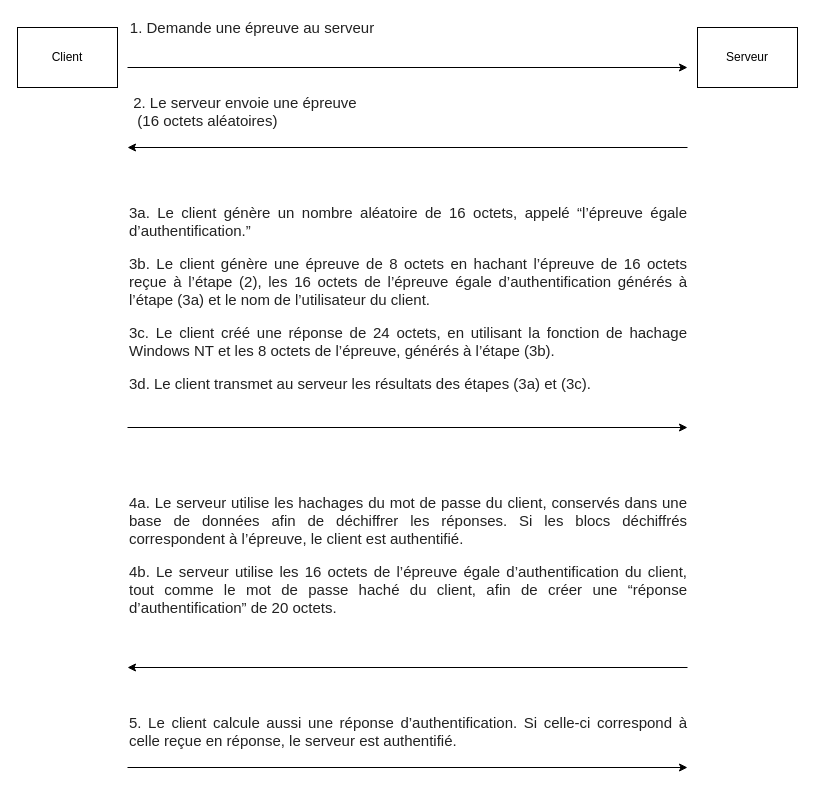
Before: ms_chap.drawio in Gomonriou/Radius, a draw.io diagram. Source tidied: cells renumbered, new cells numbered last; positions are measured from the earlier drawing's top-left corner, leaving out a move shared by most shapes. Both pictures are drawn from the tidied source at 100%, with x=0, y=0 at pixel (17, 17).
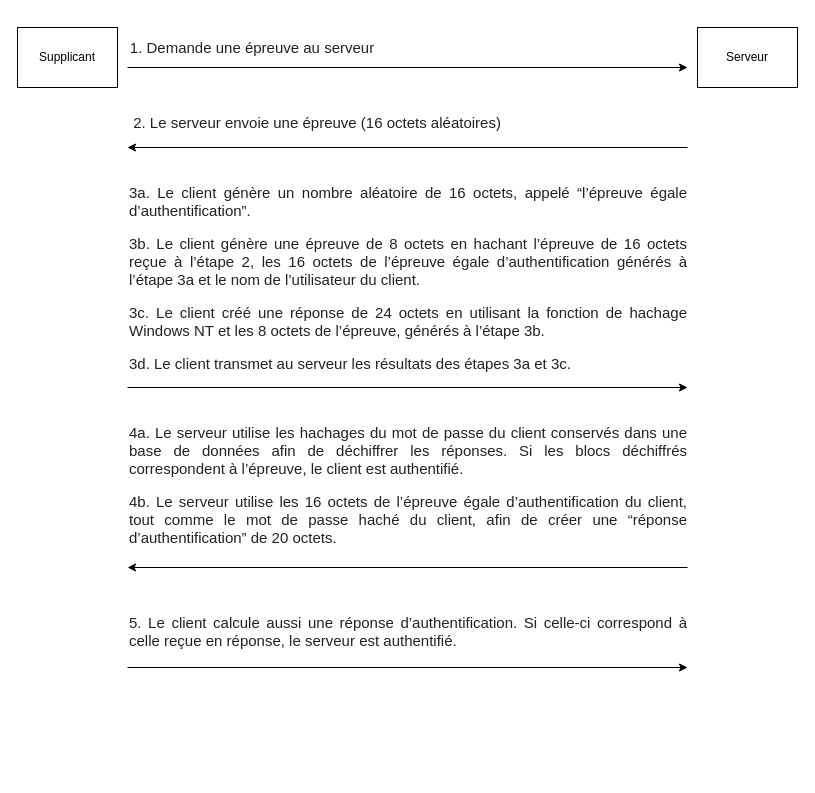
The same diagram, later.

What changed in the source:
```diff
@@
     <mxCell id="3" value="&lt;span style=&quot;color: rgb(34 , 34 , 34) ; font-family: &amp;#34;helvetica&amp;#34; , &amp;#34;arial&amp;#34; , sans-serif ; font-size: 15px ; background-color: rgb(255 , 255 , 255)&quot;&gt;1. Demande une épreuve au serveur&lt;/span&gt;" style="text;html=1;strokeColor=none;fillColor=none;align=center;verticalAlign=middle;whiteSpace=wrap;rounded=0;" parent="1" vertex="1">
-      <mxGeometry x="110" width="250" height="20" as="geometry" />
+      <mxGeometry x="110" y="20" width="250" height="20" as="geometry" />
     </mxCell>
     <mxCell id="4" style="endArrow=classic;html=1;" parent="1" edge="1">
       <mxGeometry relative="1" as="geometry">
-        <mxPoint x="110" y="410" as="sourcePoint" />
-        <mxPoint x="670" y="410" as="targetPoint" />
+        <mxPoint x="110" y="370" as="sourcePoint" />
+        <mxPoint x="670" y="370" as="targetPoint" />
       </mxGeometry>
     </mxCell>
@@
-    <mxCell id="6" value="&lt;span style=&quot;color: rgb(34 , 34 , 34) ; font-family: &amp;#34;helvetica&amp;#34; , &amp;#34;arial&amp;#34; , sans-serif ; font-size: 15px ; font-style: normal ; font-weight: 400 ; letter-spacing: normal ; text-indent: 0px ; text-transform: none ; word-spacing: 0px ; background-color: rgb(255 , 255 , 255) ; display: inline ; float: none&quot;&gt;&lt;span&gt;&amp;nbsp;2.&amp;nbsp;&lt;/span&gt;Le serveur envoie une épreuve&lt;br&gt;&amp;nbsp; (16 octets aléatoires)&lt;/span&gt;" style="text;whiteSpace=wrap;html=1;" parent="1" vertex="1">
-      <mxGeometry x="110" y="70" width="280" height="30" as="geometry" />
+    <mxCell id="6" value="&lt;span style=&quot;color: rgb(34 , 34 , 34) ; font-family: &amp;#34;helvetica&amp;#34; , &amp;#34;arial&amp;#34; , sans-serif ; font-size: 15px ; font-style: normal ; font-weight: 400 ; letter-spacing: normal ; text-indent: 0px ; text-transform: none ; word-spacing: 0px ; background-color: rgb(255 , 255 , 255) ; display: inline ; float: none&quot;&gt;&lt;span&gt;&amp;nbsp;2.&amp;nbsp;&lt;/span&gt;Le serveur envoie une épreuve&amp;nbsp;(16 octets aléatoires)&lt;/span&gt;" style="text;whiteSpace=wrap;html=1;" parent="1" vertex="1">
+      <mxGeometry x="110" y="90" width="470" height="30" as="geometry" />
     </mxCell>
-    <mxCell id="7" value="&lt;p style=&quot;text-align: justify ; margin: 0px 0px 1em ; padding: 0px ; border: 0px ; color: rgb(34 , 34 , 34) ; font-family: &amp;#34;helvetica&amp;#34; , &amp;#34;arial&amp;#34; , sans-serif ; font-size: 15px ; font-style: normal ; font-weight: 400 ; letter-spacing: normal ; text-indent: 0px ; text-transform: none ; word-spacing: 0px&quot;&gt;3a. Le client génère un nombre aléatoire de 16 octets, appelé “l’épreuve égale d’authentification.”&lt;/p&gt;&lt;p style=&quot;text-align: justify ; margin: 0px 0px 1em ; padding: 0px ; border: 0px ; color: rgb(34 , 34 , 34) ; font-family: &amp;#34;helvetica&amp;#34; , &amp;#34;arial&amp;#34; , sans-serif ; font-size: 15px ; font-style: normal ; font-weight: 400 ; letter-spacing: normal ; text-indent: 0px ; text-transform: none ; word-spacing: 0px&quot;&gt;3b. Le client génère une épreuve de 8 octets en hachant l’épreuve de 16 octets reçue à l’étape (2), les 16 octets de l’épreuve égale d’authentification générés à l’étape (3a) et le nom de l’utilisateur du client.&lt;/p&gt;&lt;p style=&quot;text-align: justify ; margin: 0px 0px 1em ; padding: 0px ; border: 0px ; color: rgb(34 , 34 , 34) ; font-family: &amp;#34;helvetica&amp;#34; , &amp;#34;arial&amp;#34; , sans-serif ; font-size: 15px ; font-style: normal ; font-weight: 400 ; letter-spacing: normal ; text-indent: 0px ; text-transform: none ; word-spacing: 0px&quot;&gt;3c. Le client créé une réponse de 24 octets, en utilisant la fonction de hachage Windows NT et les 8 octets de l’épreuve, générés à l’étape (3b).&amp;nbsp;&lt;/p&gt;&lt;p style=&quot;text-align: justify ; margin: 0px 0px 1em ; padding: 0px ; border: 0px ; color: rgb(34 , 34 , 34) ; font-family: &amp;#34;helvetica&amp;#34; , &amp;#34;arial&amp;#34; , sans-serif ; font-size: 15px ; font-style: normal ; font-weight: 400 ; letter-spacing: normal ; text-indent: 0px ; text-transform: none ; word-spacing: 0px&quot;&gt;3d. Le client transmet au serveur les résultats des étapes (3a) et (3c).&lt;/p&gt;" style="text;whiteSpace=wrap;html=1;" parent="1" vertex="1">
-      <mxGeometry x="110" y="180" width="560" height="210" as="geometry" />
+    <mxCell id="7" value="&lt;p style=&quot;text-align: justify ; margin: 0px 0px 1em ; padding: 0px ; border: 0px ; color: rgb(34 , 34 , 34) ; font-family: &amp;#34;helvetica&amp;#34; , &amp;#34;arial&amp;#34; , sans-serif ; font-size: 15px ; font-style: normal ; font-weight: 400 ; letter-spacing: normal ; text-indent: 0px ; text-transform: none ; word-spacing: 0px&quot;&gt;3a. Le client génère un nombre aléatoire de 16 octets, appelé “l’épreuve égale d’authentification”.&lt;/p&gt;&lt;p style=&quot;text-align: justify ; margin: 0px 0px 1em ; padding: 0px ; border: 0px ; color: rgb(34 , 34 , 34) ; font-family: &amp;#34;helvetica&amp;#34; , &amp;#34;arial&amp;#34; , sans-serif ; font-size: 15px ; font-style: normal ; font-weight: 400 ; letter-spacing: normal ; text-indent: 0px ; text-transform: none ; word-spacing: 0px&quot;&gt;3b. Le client génère une épreuve de 8 octets en hachant l’épreuve de 16 octets reçue à l’étape 2, les 16 octets de l’épreuve égale d’authentification générés à l’étape 3a et le nom de l’utilisateur du client.&lt;/p&gt;&lt;p style=&quot;text-align: justify ; margin: 0px 0px 1em ; padding: 0px ; border: 0px ; color: rgb(34 , 34 , 34) ; font-family: &amp;#34;helvetica&amp;#34; , &amp;#34;arial&amp;#34; , sans-serif ; font-size: 15px ; font-style: normal ; font-weight: 400 ; letter-spacing: normal ; text-indent: 0px ; text-transform: none ; word-spacing: 0px&quot;&gt;3c. Le client créé une réponse de 24 octets en utilisant la fonction de hachage Windows NT et les 8 octets de l’épreuve, générés à l’étape 3b.&amp;nbsp;&lt;/p&gt;&lt;p style=&quot;text-align: justify ; margin: 0px 0px 1em ; padding: 0px ; border: 0px ; color: rgb(34 , 34 , 34) ; font-family: &amp;#34;helvetica&amp;#34; , &amp;#34;arial&amp;#34; , sans-serif ; font-size: 15px ; font-style: normal ; font-weight: 400 ; letter-spacing: normal ; text-indent: 0px ; text-transform: none ; word-spacing: 0px&quot;&gt;3d. Le client transmet au serveur les résultats des étapes 3a et 3c.&lt;/p&gt;" style="text;whiteSpace=wrap;html=1;" parent="1" vertex="1">
+      <mxGeometry x="110" y="160" width="560" height="210" as="geometry" />
     </mxCell>
-    <mxCell id="8" value="&lt;p style=&quot;text-align: justify ; margin: 0px 0px 1em ; padding: 0px ; border: 0px ; color: rgb(34 , 34 , 34) ; font-family: &amp;#34;helvetica&amp;#34; , &amp;#34;arial&amp;#34; , sans-serif ; font-size: 15px ; font-style: normal ; font-weight: 400 ; letter-spacing: normal ; text-indent: 0px ; text-transform: none ; word-spacing: 0px&quot;&gt;4a. Le serveur utilise les hachages du mot de passe du client, conservés dans une base de données afin de déchiffrer les réponses. Si les blocs déchiffrés correspondent à l’épreuve, le client est authentifié.&lt;/p&gt;&lt;p style=&quot;text-align: justify ; margin: 0px 0px 1em ; padding: 0px ; border: 0px ; color: rgb(34 , 34 , 34) ; font-family: &amp;#34;helvetica&amp;#34; , &amp;#34;arial&amp;#34; , sans-serif ; font-size: 15px ; font-style: normal ; font-weight: 400 ; letter-spacing: normal ; text-indent: 0px ; text-transform: none ; word-spacing: 0px&quot;&gt;4b. Le serveur utilise les 16 octets de l’épreuve égale d’authentification du client, tout comme le mot de passe haché du client, afin de créer une “réponse d’authentification” de 20 octets.&lt;/p&gt;" style="text;whiteSpace=wrap;html=1;" parent="1" vertex="1">
-      <mxGeometry x="110" y="470" width="560" height="170" as="geometry" />
+    <mxCell id="8" value="&lt;p style=&quot;text-align: justify ; margin: 0px 0px 1em ; padding: 0px ; border: 0px ; color: rgb(34 , 34 , 34) ; font-family: &amp;#34;helvetica&amp;#34; , &amp;#34;arial&amp;#34; , sans-serif ; font-size: 15px ; font-style: normal ; font-weight: 400 ; letter-spacing: normal ; text-indent: 0px ; text-transform: none ; word-spacing: 0px&quot;&gt;4a. Le serveur utilise les hachages du mot de passe du client conservés dans une base de données afin de déchiffrer les réponses. Si les blocs déchiffrés correspondent à l’épreuve, le client est authentifié.&lt;/p&gt;&lt;p style=&quot;text-align: justify ; margin: 0px 0px 1em ; padding: 0px ; border: 0px ; color: rgb(34 , 34 , 34) ; font-family: &amp;#34;helvetica&amp;#34; , &amp;#34;arial&amp;#34; , sans-serif ; font-size: 15px ; font-style: normal ; font-weight: 400 ; letter-spacing: normal ; text-indent: 0px ; text-transform: none ; word-spacing: 0px&quot;&gt;4b. Le serveur utilise les 16 octets de l’épreuve égale d’authentification du client, tout comme le mot de passe haché du client, afin de créer une “réponse d’authentification” de 20 octets.&lt;/p&gt;" style="text;whiteSpace=wrap;html=1;" parent="1" vertex="1">
+      <mxGeometry x="110" y="400" width="560" height="170" as="geometry" />
     </mxCell>
     <mxCell id="9" style="endArrow=classic;html=1;" parent="1" edge="1">
       <mxGeometry relative="1" as="geometry">
-        <mxPoint x="670" y="650" as="sourcePoint" />
-        <mxPoint x="110" y="650" as="targetPoint" />
+        <mxPoint x="670" y="550" as="sourcePoint" />
+        <mxPoint x="110" y="550" as="targetPoint" />
       </mxGeometry>
     </mxCell>
     <mxCell id="10" value="&lt;div style=&quot;text-align: justify&quot;&gt;&lt;span style=&quot;background-color: rgb(255 , 255 , 255) ; color: rgb(34 , 34 , 34) ; font-family: &amp;#34;helvetica&amp;#34; , &amp;#34;arial&amp;#34; , sans-serif ; font-size: 15px&quot;&gt;5. Le client calcule aussi une réponse d’authentification. Si celle-ci correspond à celle reçue en réponse, le serveur est authentifié.&lt;/span&gt;&lt;/div&gt;" style="text;whiteSpace=wrap;html=1;" parent="1" vertex="1">
-      <mxGeometry x="110" y="690" width="560" height="50" as="geometry" />
+      <mxGeometry x="110" y="590" width="560" height="50" as="geometry" />
     </mxCell>
     <mxCell id="11" style="endArrow=classic;html=1;" parent="1" edge="1">
       <mxGeometry relative="1" as="geometry">
-        <mxPoint x="110" y="750" as="sourcePoint" />
-        <mxPoint x="670" y="750" as="targetPoint" />
+        <mxPoint x="110" y="650" as="sourcePoint" />
+        <mxPoint x="670" y="650" as="targetPoint" />
       </mxGeometry>
     </mxCell>
@@
-    <mxCell id="14" value="Client" style="text;html=1;strokeColor=none;fillColor=none;align=center;verticalAlign=middle;whiteSpace=wrap;rounded=0;" parent="1" vertex="1">
+    <mxCell id="14" value="Supplicant" style="text;html=1;strokeColor=none;fillColor=none;align=center;verticalAlign=middle;whiteSpace=wrap;rounded=0;" parent="1" vertex="1">
       <mxGeometry x="30" y="30" width="40" height="20" as="geometry" />
     </mxCell>
```
